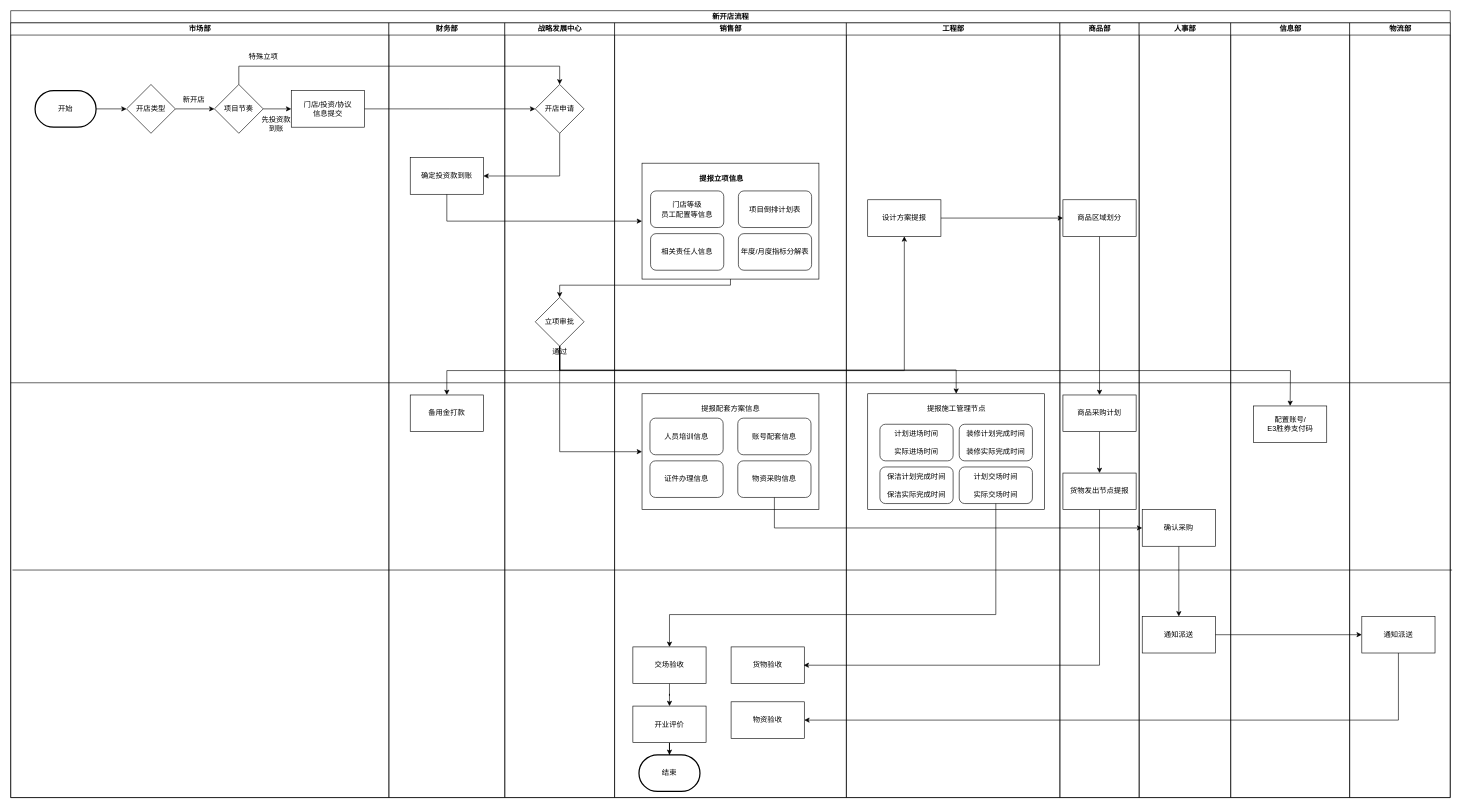
leonhard1Q84/leonhard1Q84.github.io keeps this draw.io diagram as 新开店流程.drawio. Above is the earlier version. Source tidied: cells renumbered, new cells numbered last; positions are measured from the earlier drawing's top-left corner, leaving out a move shared by most shapes. Both pictures are drawn from the tidied source at 61%, with x=0, y=0 at pixel (10, 10).
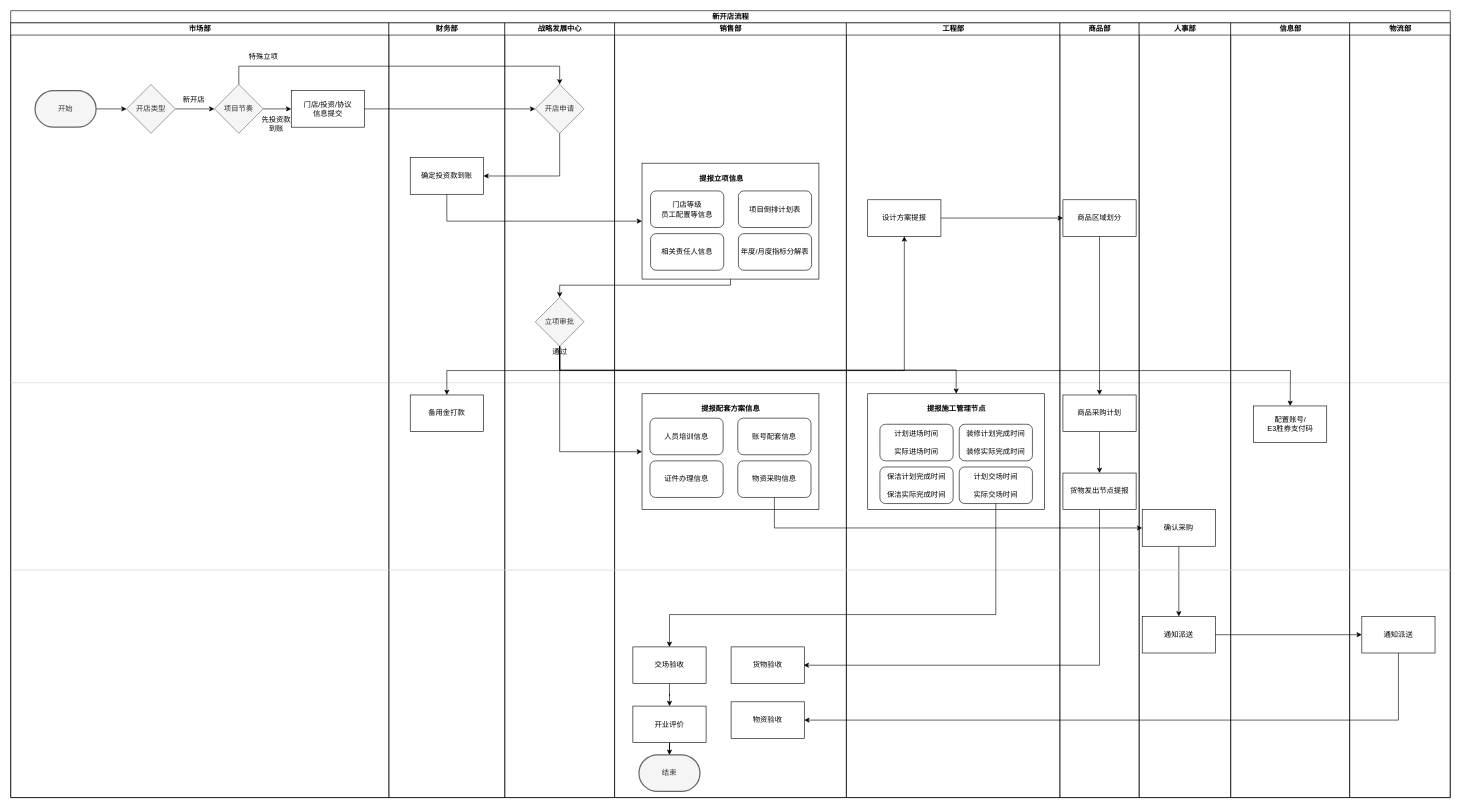
Above is the later version.

Commit message:
更新新开店流程.drawio

Unchanged cells that the change refers to:
```xml
<mxCell id="3" value="市场部" style="swimlane;startSize=20;html=1;" parent="2" vertex="1">
  <mxGeometry y="20" width="620" height="1270" as="geometry" />
</mxCell>
<mxCell id="18" value="战略发展中心" style="swimlane;startSize=20;html=1;" parent="2" vertex="1">
  <mxGeometry x="810" y="20" width="180" height="1270" as="geometry" />
</mxCell>
<mxCell id="22" value="销售部" style="swimlane;startSize=20;html=1;" parent="2" vertex="1">
  <mxGeometry x="990" y="20" width="380" height="1270" as="geometry" />
</mxCell>
<mxCell id="42" value="工程部" style="swimlane;startSize=20;html=1;" parent="2" vertex="1">
  <mxGeometry x="1370" y="20" width="350" height="1270" as="geometry" />
</mxCell>
<mxCell id="75" value="物流部" style="swimlane;startSize=20;html=1;" parent="2" vertex="1">
  <mxGeometry x="2195" y="20" width="165" height="1270" as="geometry" />
</mxCell>
```

Change to the diagram source:
```diff
@@
-    <mxCell id="5" value="开始" style="strokeWidth=2;html=1;shape=mxgraph.flowchart.terminator;whiteSpace=wrap;" parent="3" vertex="1">
+    <mxCell id="5" value="开始" style="strokeWidth=2;html=1;shape=mxgraph.flowchart.terminator;whiteSpace=wrap;fillColor=#f5f5f5;fontColor=#333333;strokeColor=#666666;" parent="3" vertex="1">
       <mxGeometry x="40" y="111" width="100" height="60" as="geometry" />
     </mxCell>
@@
-    <mxCell id="7" value="开店类型" style="rhombus;whiteSpace=wrap;html=1;" parent="3" vertex="1">
+    <mxCell id="7" value="开店类型" style="rhombus;whiteSpace=wrap;html=1;fillColor=#f5f5f5;fontColor=#333333;strokeColor=#666666;" parent="3" vertex="1">
       <mxGeometry x="190" y="101" width="80" height="80" as="geometry" />
     </mxCell>
@@
-    <mxCell id="9" value="项目节奏" style="rhombus;whiteSpace=wrap;html=1;" parent="3" vertex="1">
+    <mxCell id="9" value="项目节奏" style="rhombus;whiteSpace=wrap;html=1;fillColor=#f5f5f5;fontColor=#333333;strokeColor=#666666;" parent="3" vertex="1">
       <mxGeometry x="334" y="101" width="80" height="80" as="geometry" />
     </mxCell>
@@
-    <mxCell id="14" style="endArrow=none;html=1;rounded=0;" parent="3" edge="1">
+    <mxCell id="14" style="endArrow=none;html=1;rounded=0;strokeColor=#CCCCCC;" parent="3" edge="1">
       <mxGeometry relative="1" as="geometry">
         <mxPoint y="590" as="sourcePoint" />
         <mxPoint x="2360" y="590" as="targetPoint" />
       </mxGeometry>
     </mxCell>
@@
-    <mxCell id="19" value="开店申请" style="rhombus;whiteSpace=wrap;html=1;" parent="18" vertex="1">
+    <mxCell id="19" value="开店申请" style="rhombus;whiteSpace=wrap;html=1;fillColor=#f5f5f5;fontColor=#333333;strokeColor=#666666;" parent="18" vertex="1">
       <mxGeometry x="50" y="101" width="80" height="80" as="geometry" />
     </mxCell>
-    <mxCell id="20" value="立项审批" style="rhombus;whiteSpace=wrap;html=1;" parent="18" vertex="1">
+    <mxCell id="20" value="立项审批" style="rhombus;whiteSpace=wrap;html=1;fillColor=#f5f5f5;fontColor=#333333;strokeColor=#666666;" parent="18" vertex="1">
       <mxGeometry x="50" y="450" width="80" height="80" as="geometry" />
     </mxCell>
@@
-    <mxCell id="34" value="提报配套方案信息" style="text;html=1;align=center;verticalAlign=middle;strokeColor=none;fillColor=none;" parent="22" vertex="1">
+    <mxCell id="34" value="提报配套方案信息" style="text;html=1;align=center;verticalAlign=middle;strokeColor=none;fillColor=none;fontStyle=1;" parent="22" vertex="1">
       <mxGeometry x="130" y="618" width="120" height="30" as="geometry" />
     </mxCell>
@@
-    <mxCell id="41" value="结束" style="strokeWidth=2;html=1;shape=mxgraph.flowchart.terminator;whiteSpace=wrap;" parent="22" vertex="1">
+    <mxCell id="41" value="结束" style="strokeWidth=2;html=1;shape=mxgraph.flowchart.terminator;whiteSpace=wrap;fillColor=#f5f5f5;fontColor=#333333;strokeColor=#666666;" parent="22" vertex="1">
       <mxGeometry x="40" y="1200" width="100" height="60" as="geometry" />
     </mxCell>
@@
-    <mxCell id="45" value="提报施工管理节点" style="text;html=1;align=center;verticalAlign=middle;strokeColor=none;fillColor=none;" parent="42" vertex="1">
+    <mxCell id="45" value="提报施工管理节点" style="text;html=1;align=center;verticalAlign=middle;strokeColor=none;fillColor=none;fontStyle=1;" parent="42" vertex="1">
       <mxGeometry x="120" y="618" width="120" height="30" as="geometry" />
     </mxCell>
@@
-    <mxCell id="77" style="endArrow=none;html=1;rounded=0;" parent="75" edge="1">
+    <mxCell id="77" style="endArrow=none;html=1;rounded=0;strokeColor=#CCCCCC;" parent="75" edge="1">
       <mxGeometry relative="1" as="geometry">
         <mxPoint x="-2192" y="897" as="sourcePoint" />
         <mxPoint x="168" y="897" as="targetPoint" />
       </mxGeometry>
     </mxCell>
```
